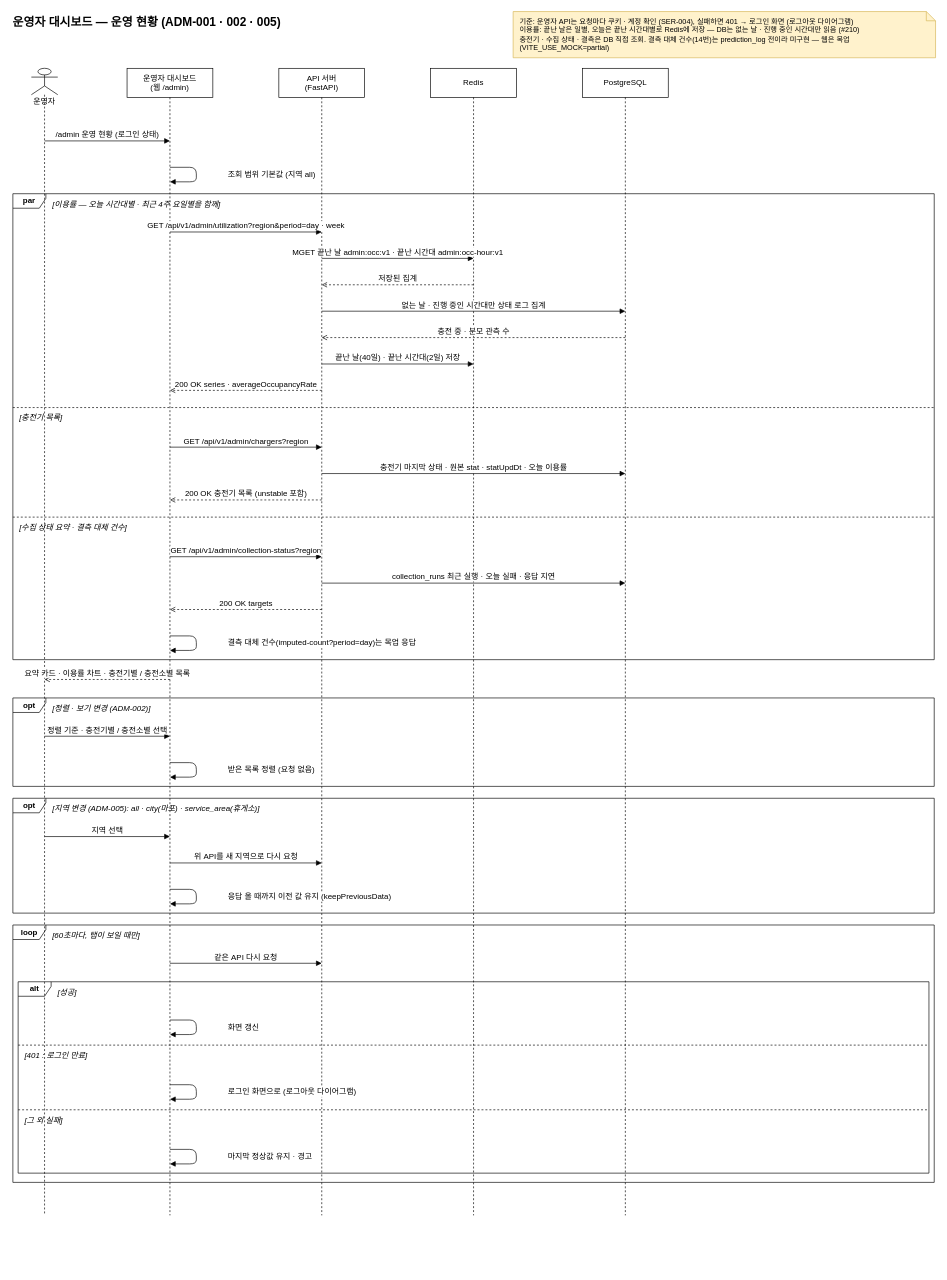
Above: page "운영 현황" (1 of 3) of docs/diagrams_new/sequence-운영자 대시보드 조회.drawio in 2026-Capstone4/ev-flow (draw.io), before the change. Source tidied: cells renumbered, new cells numbered last; positions are measured from the earlier drawing's top-left corner, leaving out a move shared by most shapes. Both pictures are drawn from the tidied source at 66%, with x=0, y=0 at pixel (11, 11).
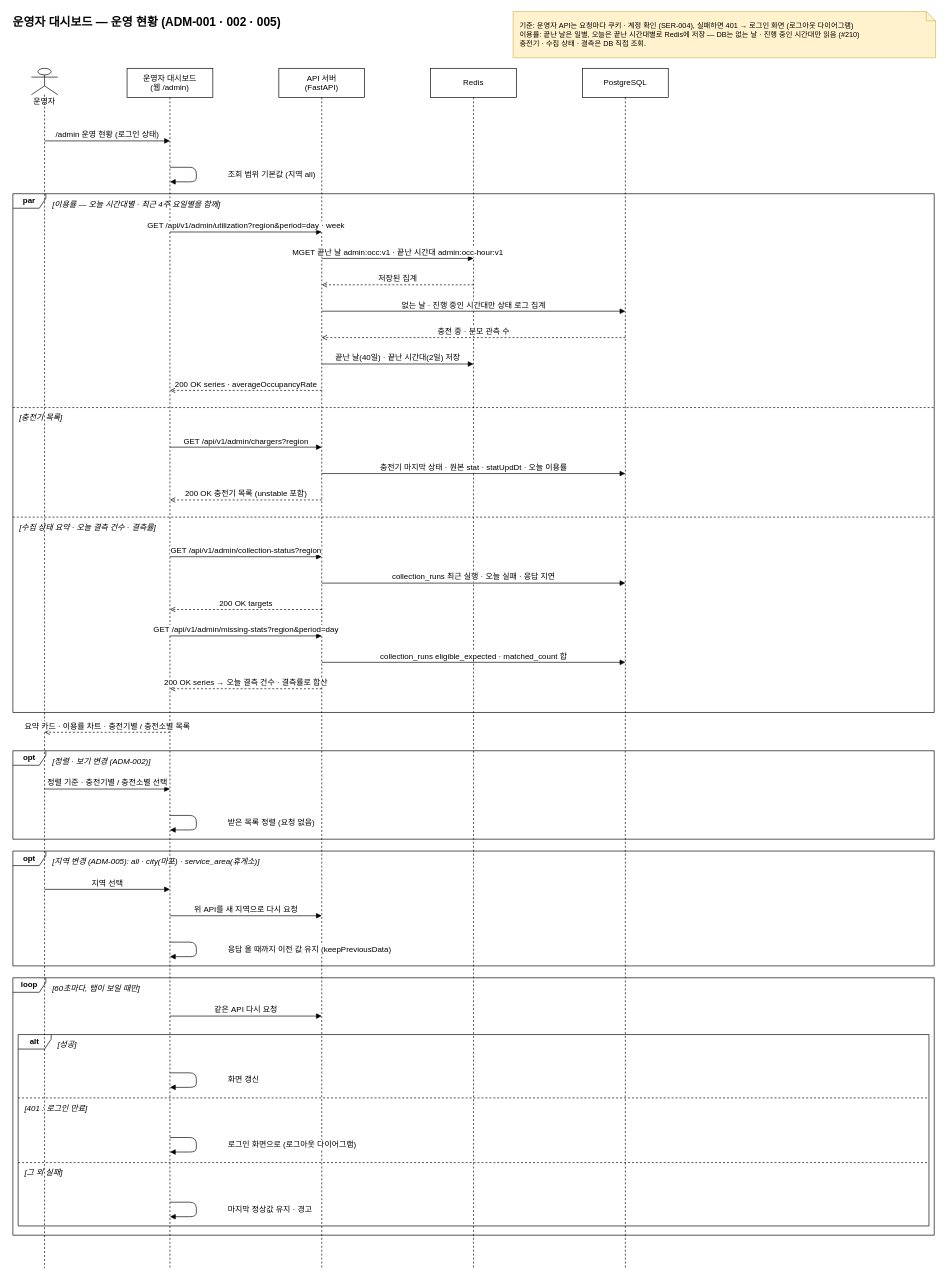
The same page after the edit.

Diff of the diagram source:
```diff
@@
     <mxCell id="2" value="운영자" style="shape=umlLifeline;perimeter=lifelinePerimeter;participant=umlActor;verticalAlign=top;spacingTop=36;whiteSpace=wrap;html=1;fontFamily=Pretendard;fontSize=12;" parent="1" vertex="1">
-      <mxGeometry x="30" y="86" width="40" height="1738" as="geometry" />
+      <mxGeometry x="30" y="86" width="40" height="1818" as="geometry" />
     </mxCell>
     <mxCell id="3" value="운영자 대시보드&lt;br&gt;(웹 /admin)" style="shape=umlLifeline;perimeter=lifelinePerimeter;size=44;whiteSpace=wrap;html=1;fontFamily=Pretendard;fontSize=12;" parent="1" vertex="1">
-      <mxGeometry x="175" y="86" width="130" height="1738" as="geometry" />
+      <mxGeometry x="175" y="86" width="130" height="1818" as="geometry" />
     </mxCell>
     <mxCell id="4" value="API 서버&lt;br&gt;(FastAPI)" style="shape=umlLifeline;perimeter=lifelinePerimeter;size=44;whiteSpace=wrap;html=1;fontFamily=Pretendard;fontSize=12;" parent="1" vertex="1">
-      <mxGeometry x="405" y="86" width="130" height="1738" as="geometry" />
+      <mxGeometry x="405" y="86" width="130" height="1818" as="geometry" />
     </mxCell>
     <mxCell id="5" value="Redis" style="shape=umlLifeline;perimeter=lifelinePerimeter;size=44;whiteSpace=wrap;html=1;fontFamily=Pretendard;fontSize=12;" parent="1" vertex="1">
-      <mxGeometry x="635" y="86" width="130" height="1738" as="geometry" />
+      <mxGeometry x="635" y="86" width="130" height="1818" as="geometry" />
     </mxCell>
     <mxCell id="6" value="PostgreSQL" style="shape=umlLifeline;perimeter=lifelinePerimeter;size=44;whiteSpace=wrap;html=1;fontFamily=Pretendard;fontSize=12;" parent="1" vertex="1">
-      <mxGeometry x="865" y="86" width="130" height="1738" as="geometry" />
+      <mxGeometry x="865" y="86" width="130" height="1818" as="geometry" />
     </mxCell>
     <mxCell id="7" value="par" style="shape=umlFrame;whiteSpace=wrap;html=1;width=50;height=22;fillColor=none;fontStyle=1;fontFamily=Pretendard;fontSize=12;" parent="1" vertex="1">
-      <mxGeometry x="2" y="276" width="1396" height="706" as="geometry" />
+      <mxGeometry x="2" y="276" width="1396" height="786" as="geometry" />
     </mxCell>
     <mxCell id="8" value="opt" style="shape=umlFrame;whiteSpace=wrap;html=1;width=50;height=22;fillColor=none;fontStyle=1;fontFamily=Pretendard;fontSize=12;" parent="1" vertex="1">
-      <mxGeometry x="2" y="1040" width="1396" height="134" as="geometry" />
+      <mxGeometry x="2" y="1120" width="1396" height="134" as="geometry" />
     </mxCell>
     <mxCell id="9" value="opt" style="shape=umlFrame;whiteSpace=wrap;html=1;width=50;height=22;fillColor=none;fontStyle=1;fontFamily=Pretendard;fontSize=12;" parent="1" vertex="1">
-      <mxGeometry x="2" y="1192" width="1396" height="174" as="geometry" />
+      <mxGeometry x="2" y="1272" width="1396" height="174" as="geometry" />
     </mxCell>
     <mxCell id="10" value="alt" style="shape=umlFrame;whiteSpace=wrap;html=1;width=50;height=22;fillColor=none;fontStyle=1;fontFamily=Pretendard;fontSize=12;" parent="1" vertex="1">
-      <mxGeometry x="10" y="1470" width="1380" height="290" as="geometry" />
+      <mxGeometry x="10" y="1550" width="1380" height="290" as="geometry" />
     </mxCell>
     <mxCell id="11" value="loop" style="shape=umlFrame;whiteSpace=wrap;html=1;width=50;height=22;fillColor=none;fontStyle=1;fontFamily=Pretendard;fontSize=12;" parent="1" vertex="1">
-      <mxGeometry x="2" y="1384" width="1396" height="390" as="geometry" />
+      <mxGeometry x="2" y="1464" width="1396" height="390" as="geometry" />
     </mxCell>
@@
-    <mxCell id="13" value="기준: 운영자 API는 요청마다 쿠키 · 계정 확인 (SER-004), 실패하면 401 → 로그인 화면 (로그아웃 다이어그램)&lt;br&gt;이용률: 끝난 날은 일별, 오늘은 끝난 시간대별로 Redis에 저장 — DB는 없는 날 · 진행 중인 시간대만 읽음 (#210)&lt;br&gt;충전기 · 수집 상태 · 결측은 DB 직접 조회. 결측 대체 건수(14번)는 prediction_log 전이라 미구현 — 웹은 목업(VITE_USE_MOCK=partial)" style="shape=note;whiteSpace=wrap;html=1;size=14;align=left;spacingLeft=8;fillColor=#fff2cc;strokeColor=#d6b656;fontFamily=Pretendard;fontSize=11;" parent="1" vertex="1">
+    <mxCell id="13" value="기준: 운영자 API는 요청마다 쿠키 · 계정 확인 (SER-004), 실패하면 401 → 로그인 화면 (로그아웃 다이어그램)&lt;br&gt;이용률: 끝난 날은 일별, 오늘은 끝난 시간대별로 Redis에 저장 — DB는 없는 날 · 진행 중인 시간대만 읽음 (#210)&lt;br&gt;충전기 · 수집 상태 · 결측은 DB 직접 조회." style="shape=note;whiteSpace=wrap;html=1;size=14;align=left;spacingLeft=8;fillColor=#fff2cc;strokeColor=#d6b656;fontFamily=Pretendard;fontSize=11;" parent="1" vertex="1">
       <mxGeometry x="760" width="640" height="70" as="geometry" />
     </mxCell>
@@
-    <mxCell id="30" value="[수집 상태 요약 · 결측 대체 건수]" style="text;html=1;align=left;verticalAlign=top;fontStyle=2;fontFamily=Pretendard;fontSize=12;" parent="1" vertex="1">
-      <mxGeometry x="10" y="768" width="334" height="20" as="geometry" />
+    <mxCell id="30" value="[수집 상태 요약 · 오늘 결측 건수 · 결측률]" style="text;html=1;align=left;verticalAlign=top;fontStyle=2;fontFamily=Pretendard;fontSize=12;" parent="1" vertex="1">
+      <mxGeometry x="10" y="768" width="400" height="20" as="geometry" />
     </mxCell>
@@
-    <mxCell id="34" value="결측 대체 건수(imputed-count?period=day)는 목업 응답" style="endArrow=block;endFill=1;html=1;align=left;spacingLeft=46;labelBackgroundColor=#ffffff;fontFamily=Pretendard;fontSize=12;" parent="1" edge="1">
-      <mxGeometry relative="1" as="geometry">
-        <mxPoint x="240" y="946" as="sourcePoint" />
-        <mxPoint x="240" y="968" as="targetPoint" />
-        <Array as="points">
-          <mxPoint x="280" y="946" />
-          <mxPoint x="280" y="968" />
-        </Array>
-      </mxGeometry>
-    </mxCell>
+    <mxCell id="53" value="GET /api/v1/admin/missing-stats?region&amp;amp;period=day" style="endArrow=block;endFill=1;html=1;verticalAlign=bottom;labelBackgroundColor=#ffffff;fontFamily=Pretendard;fontSize=12;" parent="1" edge="1">
+      <mxGeometry relative="1" as="geometry">
+        <mxPoint x="240" y="946" as="sourcePoint" />
+        <mxPoint x="470" y="946" as="targetPoint" />
+      </mxGeometry>
+    </mxCell>
+    <mxCell id="54" value="collection_runs eligible_expected · matched_count 합" style="endArrow=block;endFill=1;html=1;verticalAlign=bottom;labelBackgroundColor=#ffffff;fontFamily=Pretendard;fontSize=12;" parent="1" edge="1">
+      <mxGeometry relative="1" as="geometry">
+        <mxPoint x="470" y="986" as="sourcePoint" />
+        <mxPoint x="930" y="986" as="targetPoint" />
+      </mxGeometry>
+    </mxCell>
+    <mxCell id="55" value="200 OK series → 오늘 결측 건수 · 결측률로 합산" style="dashed=1;endArrow=open;endFill=0;html=1;verticalAlign=bottom;labelBackgroundColor=#ffffff;fontFamily=Pretendard;fontSize=12;" parent="1" edge="1">
+      <mxGeometry relative="1" as="geometry">
+        <mxPoint x="470" y="1026" as="sourcePoint" />
+        <mxPoint x="240" y="1026" as="targetPoint" />
+      </mxGeometry>
+    </mxCell>
     <mxCell id="35" value="요약 카드 · 이용률 차트 · 충전기별 / 충전소별 목록" style="dashed=1;endArrow=open;endFill=0;html=1;verticalAlign=bottom;labelBackgroundColor=#ffffff;fontFamily=Pretendard;fontSize=12;" parent="1" edge="1">
       <mxGeometry relative="1" as="geometry">
-        <mxPoint x="240" y="1012" as="sourcePoint" />
-        <mxPoint x="50" y="1012" as="targetPoint" />
+        <mxPoint x="240" y="1092" as="sourcePoint" />
+        <mxPoint x="50" y="1092" as="targetPoint" />
       </mxGeometry>
     </mxCell>
     <mxCell id="36" value="[정렬 · 보기 변경 (ADM-002)]" style="text;html=1;align=left;verticalAlign=top;fontStyle=2;fontFamily=Pretendard;fontSize=12;" parent="1" vertex="1">
-      <mxGeometry x="60" y="1042" width="348" height="20" as="geometry" />
+      <mxGeometry x="60" y="1122" width="348" height="20" as="geometry" />
     </mxCell>
     <mxCell id="37" value="정렬 기준 · 충전기별 / 충전소별 선택" style="endArrow=block;endFill=1;html=1;verticalAlign=bottom;labelBackgroundColor=#ffffff;fontFamily=Pretendard;fontSize=12;" parent="1" edge="1">
       <mxGeometry relative="1" as="geometry">
-        <mxPoint x="50" y="1098" as="sourcePoint" />
-        <mxPoint x="240" y="1098" as="targetPoint" />
+        <mxPoint x="50" y="1178" as="sourcePoint" />
+        <mxPoint x="240" y="1178" as="targetPoint" />
       </mxGeometry>
     </mxCell>
     <mxCell id="38" value="받은 목록 정렬 (요청 없음)" style="endArrow=block;endFill=1;html=1;align=left;spacingLeft=46;labelBackgroundColor=#ffffff;fontFamily=Pretendard;fontSize=12;" parent="1" edge="1">
       <mxGeometry relative="1" as="geometry">
-        <mxPoint x="240" y="1138" as="sourcePoint" />
-        <mxPoint x="240" y="1160" as="targetPoint" />
+        <mxPoint x="240" y="1218" as="sourcePoint" />
+        <mxPoint x="240" y="1240" as="targetPoint" />
         <Array as="points">
-          <mxPoint x="280" y="1138" />
-          <mxPoint x="280" y="1160" />
+          <mxPoint x="280" y="1218" />
+          <mxPoint x="280" y="1240" />
         </Array>
       </mxGeometry>
     </mxCell>
     <mxCell id="39" value="[지역 변경 (ADM-005): all · city(마포) · service_area(휴게소)]" style="text;html=1;align=left;verticalAlign=top;fontStyle=2;fontFamily=Pretendard;fontSize=12;" parent="1" vertex="1">
-      <mxGeometry x="60" y="1194" width="782" height="20" as="geometry" />
+      <mxGeometry x="60" y="1274" width="782" height="20" as="geometry" />
     </mxCell>
     <mxCell id="40" value="지역 선택" style="endArrow=block;endFill=1;html=1;verticalAlign=bottom;labelBackgroundColor=#ffffff;fontFamily=Pretendard;fontSize=12;" parent="1" edge="1">
       <mxGeometry relative="1" as="geometry">
-        <mxPoint x="50" y="1250" as="sourcePoint" />
-        <mxPoint x="240" y="1250" as="targetPoint" />
+        <mxPoint x="50" y="1330" as="sourcePoint" />
+        <mxPoint x="240" y="1330" as="targetPoint" />
       </mxGeometry>
     </mxCell>
     <mxCell id="41" value="위 API를 새 지역으로 다시 요청" style="endArrow=block;endFill=1;html=1;verticalAlign=bottom;labelBackgroundColor=#ffffff;fontFamily=Pretendard;fontSize=12;" parent="1" edge="1">
       <mxGeometry relative="1" as="geometry">
-        <mxPoint x="240" y="1290" as="sourcePoint" />
-        <mxPoint x="470" y="1290" as="targetPoint" />
+        <mxPoint x="240" y="1370" as="sourcePoint" />
+        <mxPoint x="470" y="1370" as="targetPoint" />
       </mxGeometry>
     </mxCell>
     <mxCell id="42" value="응답 올 때까지 이전 값 유지 (keepPreviousData)" style="endArrow=block;endFill=1;html=1;align=left;spacingLeft=46;labelBackgroundColor=#ffffff;fontFamily=Pretendard;fontSize=12;" parent="1" edge="1">
       <mxGeometry relative="1" as="geometry">
-        <mxPoint x="240" y="1330" as="sourcePoint" />
-        <mxPoint x="240" y="1352" as="targetPoint" />
+        <mxPoint x="240" y="1410" as="sourcePoint" />
+        <mxPoint x="240" y="1432" as="targetPoint" />
         <Array as="points">
-          <mxPoint x="280" y="1330" />
-          <mxPoint x="280" y="1352" />
+          <mxPoint x="280" y="1410" />
+          <mxPoint x="280" y="1432" />
         </Array>
       </mxGeometry>
     </mxCell>
     <mxCell id="43" value="[60초마다, 탭이 보일 때만]" style="text;html=1;align=left;verticalAlign=top;fontStyle=2;fontFamily=Pretendard;fontSize=12;" parent="1" vertex="1">
-      <mxGeometry x="60" y="1386" width="278" height="20" as="geometry" />
+      <mxGeometry x="60" y="1466" width="278" height="20" as="geometry" />
     </mxCell>
     <mxCell id="44" value="같은 API 다시 요청" style="endArrow=block;endFill=1;html=1;verticalAlign=bottom;labelBackgroundColor=#ffffff;fontFamily=Pretendard;fontSize=12;" parent="1" edge="1">
       <mxGeometry relative="1" as="geometry">
-        <mxPoint x="240" y="1442" as="sourcePoint" />
-        <mxPoint x="470" y="1442" as="targetPoint" />
+        <mxPoint x="240" y="1522" as="sourcePoint" />
+        <mxPoint x="470" y="1522" as="targetPoint" />
       </mxGeometry>
     </mxCell>
     <mxCell id="45" value="[성공]" style="text;html=1;align=left;verticalAlign=top;fontStyle=2;fontFamily=Pretendard;fontSize=12;" parent="1" vertex="1">
-      <mxGeometry x="68" y="1472" width="96" height="20" as="geometry" />
+      <mxGeometry x="68" y="1552" width="96" height="20" as="geometry" />
     </mxCell>
     <mxCell id="46" value="화면 갱신" style="endArrow=block;endFill=1;html=1;align=left;spacingLeft=46;labelBackgroundColor=#ffffff;fontFamily=Pretendard;fontSize=12;" parent="1" edge="1">
       <mxGeometry relative="1" as="geometry">
-        <mxPoint x="240" y="1528" as="sourcePoint" />
-        <mxPoint x="240" y="1550" as="targetPoint" />
+        <mxPoint x="240" y="1608" as="sourcePoint" />
+        <mxPoint x="240" y="1630" as="targetPoint" />
         <Array as="points">
-          <mxPoint x="280" y="1528" />
-          <mxPoint x="280" y="1550" />
+          <mxPoint x="280" y="1608" />
+          <mxPoint x="280" y="1630" />
         </Array>
       </mxGeometry>
     </mxCell>
     <mxCell id="47" style="endArrow=none;dashed=1;html=1;" parent="1" edge="1">
       <mxGeometry relative="1" as="geometry">
-        <mxPoint x="10" y="1566" as="sourcePoint" />
-        <mxPoint x="1390" y="1566" as="targetPoint" />
+        <mxPoint x="10" y="1646" as="sourcePoint" />
+        <mxPoint x="1390" y="1646" as="targetPoint" />
       </mxGeometry>
     </mxCell>
     <mxCell id="48" value="[401 : 로그인 만료]" style="text;html=1;align=left;verticalAlign=top;fontStyle=2;fontFamily=Pretendard;fontSize=12;" parent="1" vertex="1">
-      <mxGeometry x="18" y="1568" width="236" height="20" as="geometry" />
+      <mxGeometry x="18" y="1648" width="236" height="20" as="geometry" />
     </mxCell>
     <mxCell id="49" value="로그인 화면으로 (로그아웃 다이어그램)" style="endArrow=block;endFill=1;html=1;align=left;spacingLeft=46;labelBackgroundColor=#ffffff;fontFamily=Pretendard;fontSize=12;" parent="1" edge="1">
       <mxGeometry relative="1" as="geometry">
-        <mxPoint x="240" y="1626" as="sourcePoint" />
-        <mxPoint x="240" y="1648" as="targetPoint" />
+        <mxPoint x="240" y="1706" as="sourcePoint" />
+        <mxPoint x="240" y="1728" as="targetPoint" />
         <Array as="points">
-          <mxPoint x="280" y="1626" />
-          <mxPoint x="280" y="1648" />
+          <mxPoint x="280" y="1706" />
+          <mxPoint x="280" y="1728" />
         </Array>
       </mxGeometry>
     </mxCell>
     <mxCell id="50" style="endArrow=none;dashed=1;html=1;" parent="1" edge="1">
       <mxGeometry relative="1" as="geometry">
-        <mxPoint x="10" y="1664" as="sourcePoint" />
-        <mxPoint x="1390" y="1664" as="targetPoint" />
+        <mxPoint x="10" y="1744" as="sourcePoint" />
+        <mxPoint x="1390" y="1744" as="targetPoint" />
       </mxGeometry>
     </mxCell>
     <mxCell id="51" value="[그 외 실패]" style="text;html=1;align=left;verticalAlign=top;fontStyle=2;fontFamily=Pretendard;fontSize=12;" parent="1" vertex="1">
-      <mxGeometry x="18" y="1666" width="152" height="20" as="geometry" />
+      <mxGeometry x="18" y="1746" width="152" height="20" as="geometry" />
     </mxCell>
     <mxCell id="52" value="마지막 정상값 유지 · 경고" style="endArrow=block;endFill=1;html=1;align=left;spacingLeft=46;labelBackgroundColor=#ffffff;fontFamily=Pretendard;fontSize=12;" parent="1" edge="1">
       <mxGeometry relative="1" as="geometry">
-        <mxPoint x="240" y="1724" as="sourcePoint" />
-        <mxPoint x="240" y="1746" as="targetPoint" />
+        <mxPoint x="240" y="1804" as="sourcePoint" />
+        <mxPoint x="240" y="1826" as="targetPoint" />
         <Array as="points">
-          <mxPoint x="280" y="1724" />
-          <mxPoint x="280" y="1746" />
+          <mxPoint x="280" y="1804" />
+          <mxPoint x="280" y="1826" />
         </Array>
       </mxGeometry>
     </mxCell>
```
